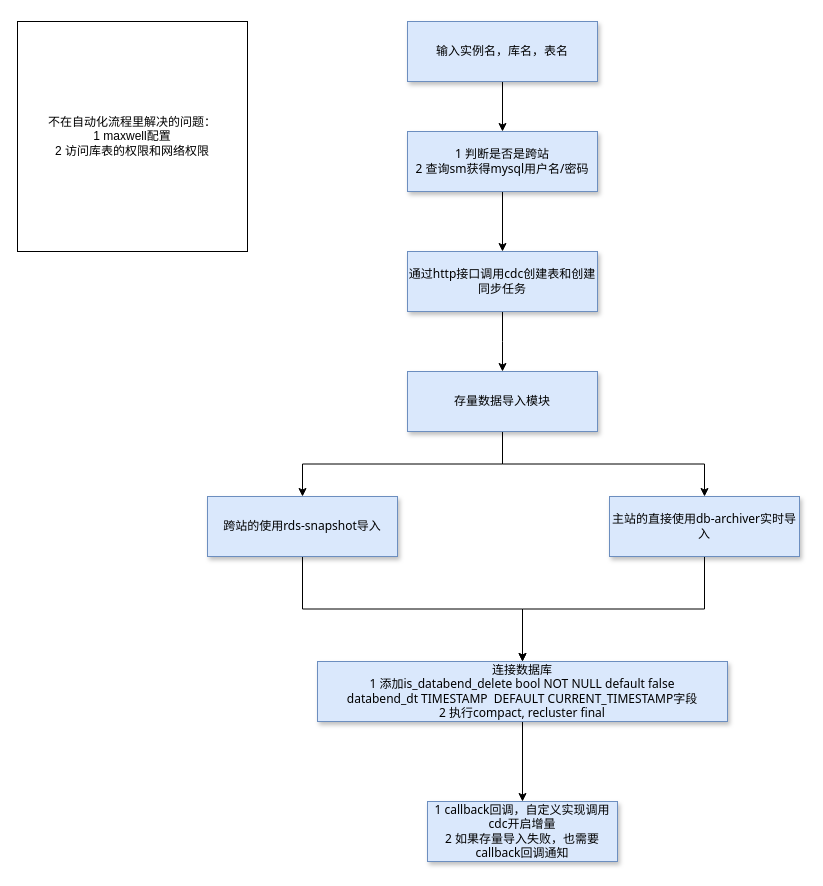
The draw.io diagram doc/databend自动化数据导入流程.drawio in jackjoesh/databend, before the edit. Source tidied: cells renumbered, new cells numbered last; positions are measured from the earlier drawing's top-left corner, leaving out a move shared by most shapes. Both pictures are drawn from the tidied source at 100%, with x=0, y=0 at pixel (17, 21).
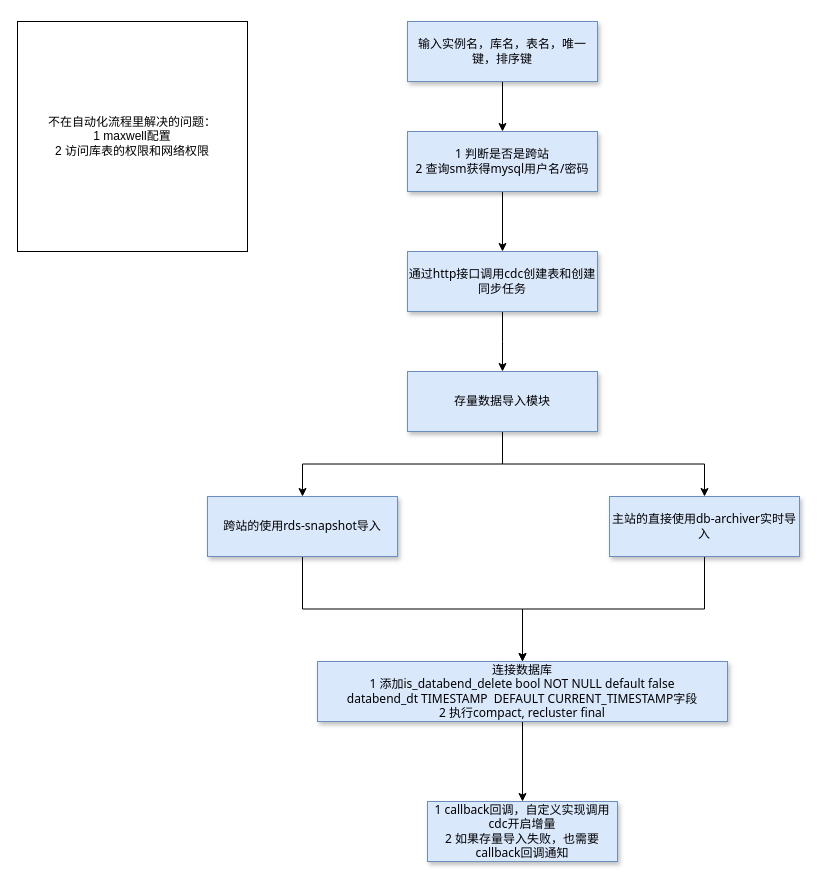
Above is the later version.

Commit message:
更新databend自动化数据导入流程.drawio

Diff of the diagram source:
```diff
@@
 <mxGraphModel>
   <root>
     <mxCell id="0" />
     <mxCell id="1" parent="0" />
     <mxCell id="2" style="edgeStyle=orthogonalEdgeStyle;rounded=0;jettySize=auto;html=1;exitX=0.5;exitY=1;exitDx=0;exitDy=0;entryX=0.5;entryY=0;entryDx=0;entryDy=0;" parent="1" edge="1" source="3" target="5">
       <mxGeometry relative="1" as="geometry" />
     </mxCell>
-    <mxCell id="3" value="输入实例名，库名，表名" style="rounded=0;whiteSpace=wrap;html=1;fillColor=#dae8fc;strokeColor=#6c8ebf;shadow=1;fontFamily=Tahoma;" parent="1" vertex="1">
+    <mxCell id="3" value="输入实例名，库名，表名，唯一键，排序键" style="rounded=0;whiteSpace=wrap;html=1;fillColor=#dae8fc;strokeColor=#6c8ebf;shadow=1;fontFamily=Tahoma;" parent="1" vertex="1">
       <mxGeometry x="390" width="190" height="60" as="geometry" />
     </mxCell>
     <mxCell id="4" style="edgeStyle=orthogonalEdgeStyle;rounded=0;jettySize=auto;html=1;exitX=0.5;exitY=1;exitDx=0;exitDy=0;" parent="1" edge="1" source="5" target="9">
       <mxGeometry relative="1" as="geometry" />
     </mxCell>
     <mxCell id="5" value="1 判断是否是跨站&lt;br&gt;2 查询sm获得mysql用户名/密码" style="rounded=0;whiteSpace=wrap;html=1;fillColor=#dae8fc;strokeColor=#6c8ebf;shadow=1;fontFamily=Tahoma;" parent="1" vertex="1">
       <mxGeometry x="390" y="110" width="190" height="60" as="geometry" />
     </mxCell>
     <mxCell id="6" style="edgeStyle=orthogonalEdgeStyle;rounded=0;jettySize=auto;html=1;exitX=0.5;exitY=1;exitDx=0;exitDy=0;entryX=0.5;entryY=0;entryDx=0;entryDy=0;" parent="1" edge="1" source="7" target="16">
       <mxGeometry relative="1" as="geometry" />
     </mxCell>
     <mxCell id="7" value="跨站的使用rds-snapshot导入" style="rounded=0;whiteSpace=wrap;html=1;fillColor=#dae8fc;strokeColor=#6c8ebf;shadow=1;fontFamily=Tahoma;" parent="1" vertex="1">
       <mxGeometry x="190" y="475" width="190" height="60" as="geometry" />
     </mxCell>
     <mxCell id="8" style="edgeStyle=orthogonalEdgeStyle;rounded=0;jettySize=auto;html=1;exitX=0.5;exitY=1;exitDx=0;exitDy=0;" parent="1" edge="1" source="9">
       <mxGeometry relative="1" as="geometry">
         <mxPoint x="485" y="350" as="targetPoint" />
       </mxGeometry>
     </mxCell>
     <mxCell id="9" value="通过http接口调用cdc创建表和创建同步任务" style="rounded=0;whiteSpace=wrap;html=1;fillColor=#dae8fc;strokeColor=#6c8ebf;shadow=1;fontFamily=Tahoma;" parent="1" vertex="1">
       <mxGeometry x="390" y="230" width="190" height="60" as="geometry" />
     </mxCell>
     <mxCell id="10" style="edgeStyle=orthogonalEdgeStyle;rounded=0;jettySize=auto;html=1;exitX=0.5;exitY=1;exitDx=0;exitDy=0;entryX=0.5;entryY=0;entryDx=0;entryDy=0;" parent="1" edge="1" source="11" target="16">
       <mxGeometry relative="1" as="geometry" />
     </mxCell>
     <mxCell id="11" value="主站的直接使用db-archiver实时导入" style="rounded=0;whiteSpace=wrap;html=1;fillColor=#dae8fc;strokeColor=#6c8ebf;shadow=1;fontFamily=Tahoma;" parent="1" vertex="1">
       <mxGeometry x="592" y="475" width="190" height="60" as="geometry" />
     </mxCell>
     <mxCell id="12" style="edgeStyle=orthogonalEdgeStyle;rounded=0;jettySize=auto;html=1;exitX=0.5;exitY=1;exitDx=0;exitDy=0;entryX=0.5;entryY=0;entryDx=0;entryDy=0;" parent="1" edge="1" source="14" target="7">
       <mxGeometry relative="1" as="geometry" />
     </mxCell>
     <mxCell id="13" style="edgeStyle=orthogonalEdgeStyle;rounded=0;jettySize=auto;html=1;exitX=0.5;exitY=1;exitDx=0;exitDy=0;" parent="1" edge="1" source="14" target="11">
       <mxGeometry relative="1" as="geometry" />
     </mxCell>
     <mxCell id="14" value="存量数据导入模块" style="rounded=0;whiteSpace=wrap;html=1;fillColor=#dae8fc;strokeColor=#6c8ebf;shadow=1;fontFamily=Tahoma;" parent="1" vertex="1">
       <mxGeometry x="390" y="350" width="190" height="60" as="geometry" />
     </mxCell>
     <mxCell id="15" style="edgeStyle=orthogonalEdgeStyle;rounded=0;jettySize=auto;html=1;exitX=0.5;exitY=1;exitDx=0;exitDy=0;" parent="1" edge="1" source="16" target="17">
       <mxGeometry relative="1" as="geometry" />
     </mxCell>
     <mxCell id="16" value="连接数据库&lt;br&gt;1 添加&lt;span style=&quot;background-color: transparent;&quot;&gt;is_databend_delete bool NOT NULL default false&lt;/span&gt;&lt;div&gt;databend_dt TIMESTAMP&amp;nbsp; DEFAULT CURRENT_TIMESTAMP字段&lt;br&gt;2 执行compact, recluster final&lt;/div&gt;" style="rounded=0;whiteSpace=wrap;html=1;fillColor=#dae8fc;strokeColor=#6c8ebf;shadow=1;fontFamily=Tahoma;" parent="1" vertex="1">
       <mxGeometry x="300" y="640" width="410" height="60" as="geometry" />
     </mxCell>
     <mxCell id="17" value="1 callback回调，自定义实现调用cdc开启增量&lt;div&gt;2 如果存量导入失败，也需要&lt;span style=&quot;background-color: transparent; color: light-dark(rgb(0, 0, 0), rgb(255, 255, 255));&quot;&gt;callback回调通知&lt;/span&gt;&lt;/div&gt;" style="rounded=0;whiteSpace=wrap;html=1;fillColor=#dae8fc;strokeColor=#6c8ebf;shadow=1;fontFamily=Tahoma;" parent="1" vertex="1">
       <mxGeometry x="410" y="780" width="190" height="60" as="geometry" />
     </mxCell>
     <mxCell id="18" value="不在自动化流程里解决的问题：&lt;br&gt;1 maxwell配置&lt;br&gt;2 访问库表的权限和网络权限" style="whiteSpace=wrap;html=1;" parent="1" vertex="1">
       <mxGeometry width="230" height="230" as="geometry" />
     </mxCell>
   </root>
 </mxGraphModel>
```
